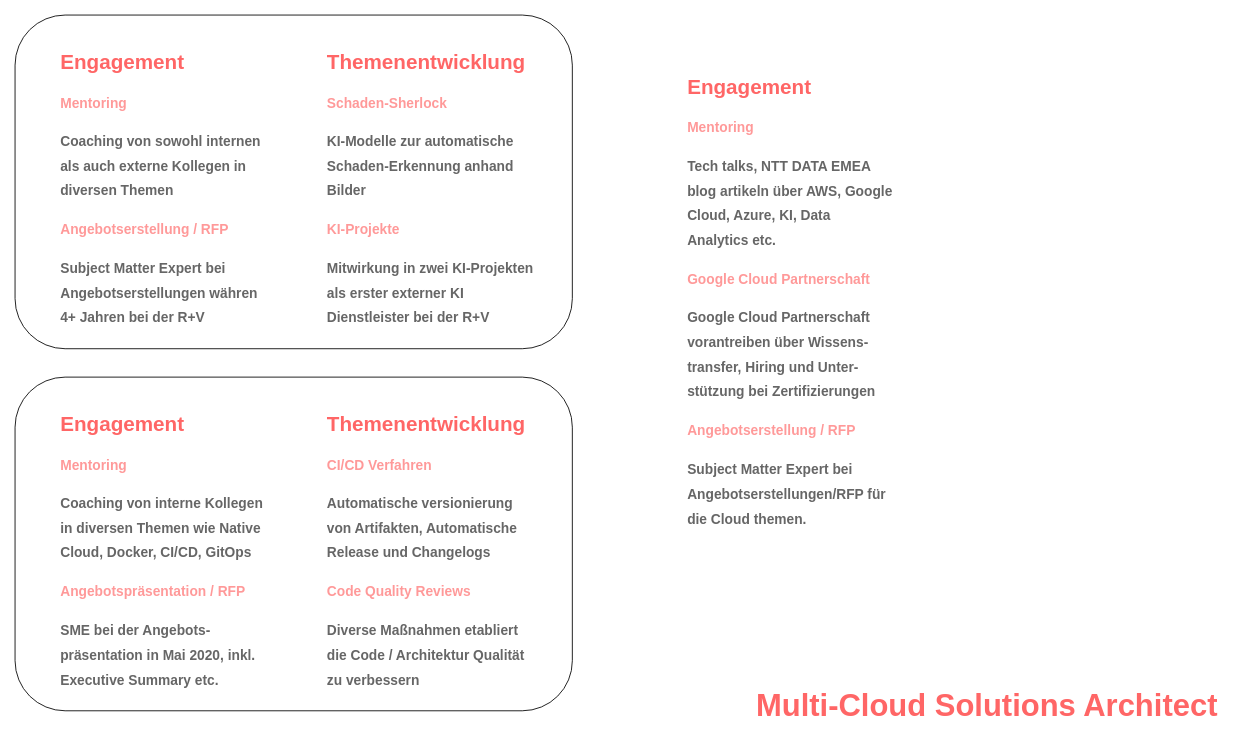
Above: promotion-board.drawio in iamulya/drawio-diagrams (draw.io), before the change. Source tidied: cells renumbered, new cells numbered last; positions are measured from the earlier drawing's top-left corner, leaving out a move shared by most shapes. Both pictures are drawn from the tidied source at 86%, with x=0, y=0 at pixel (15, 15).
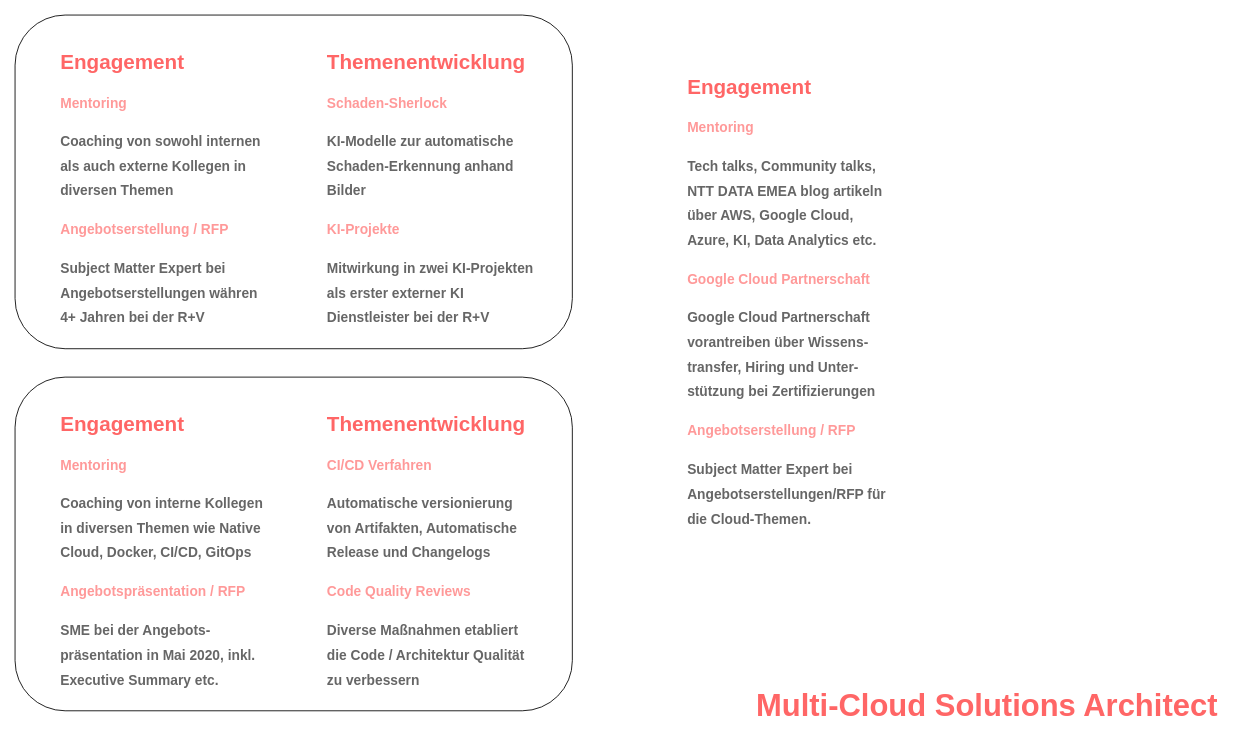
The same page after the edit.

Change to the diagram source:
```diff
@@
 <mxGraphModel>
   <root>
     <mxCell id="0" />
     <mxCell id="1" parent="0" />
     <mxCell id="2" style="group;" parent="1" vertex="1">
       <mxGeometry width="648" height="388" as="geometry" />
     </mxCell>
     <mxCell id="3" style="rounded=1;whiteSpace=wrap;html=1;" parent="2" vertex="1">
       <mxGeometry width="648" height="388" as="geometry" />
     </mxCell>
     <mxCell id="4" style="group;" parent="2" vertex="1">
       <mxGeometry x="48" y="35" width="560" height="340" as="geometry" />
     </mxCell>
     <mxCell id="5" value="&lt;h1&gt;&lt;font color=&quot;#ff6666&quot;&gt;Themenentwicklung&lt;/font&gt;&lt;/h1&gt;&lt;h1&gt;&lt;font style=&quot;font-size: 16px&quot;&gt;&lt;font color=&quot;#ff9999&quot;&gt;Schaden-Sherlock&lt;/font&gt;&lt;br&gt;&lt;/font&gt;&lt;/h1&gt;&lt;h1&gt;&lt;font style=&quot;font-size: 16px&quot; color=&quot;#666666&quot;&gt;KI-Modelle zur automatische Schaden-Erkennung anhand Bilder&lt;/font&gt;&lt;/h1&gt;&lt;h1&gt;&lt;font color=&quot;#ff9999&quot;&gt;&lt;span style=&quot;font-size: 16px&quot;&gt;KI-Projekte&lt;/span&gt;&lt;/font&gt;&lt;/h1&gt;&lt;div&gt;&lt;h1&gt;&lt;span style=&quot;font-size: 16px&quot;&gt;&lt;font color=&quot;#666666&quot;&gt;Mitwirkung in zwei KI-Projekten als erster externer KI Dienstleister bei der R+V&lt;/font&gt;&lt;/span&gt;&lt;/h1&gt;&lt;/div&gt;" style="text;html=1;strokeColor=none;fillColor=none;spacing=5;spacingTop=-20;whiteSpace=wrap;overflow=hidden;rounded=0;" parent="4" vertex="1">
       <mxGeometry x="310" width="250" height="340" as="geometry" />
     </mxCell>
     <mxCell id="6" value="&lt;h1&gt;&lt;span&gt;&lt;font color=&quot;#ff6666&quot;&gt;Engagement&lt;/font&gt;&lt;/span&gt;&lt;/h1&gt;&lt;h1&gt;&lt;font color=&quot;#ff9999&quot;&gt;&lt;span style=&quot;font-size: 16px&quot;&gt;Mentoring&lt;/span&gt;&lt;/font&gt;&lt;/h1&gt;&lt;h1&gt;&lt;font color=&quot;#666666&quot;&gt;&lt;span style=&quot;font-size: 16px&quot;&gt;Coaching von sowohl internen als auch externe Kollegen in diversen Themen&amp;nbsp;&lt;/span&gt;&lt;/font&gt;&lt;/h1&gt;&lt;h1&gt;&lt;font color=&quot;#ff9999&quot;&gt;&lt;span style=&quot;font-size: 16px&quot;&gt;Angebotserstellung / RFP&lt;/span&gt;&lt;/font&gt;&lt;/h1&gt;&lt;div&gt;&lt;h1&gt;&lt;span style=&quot;font-size: 16px&quot;&gt;&lt;font color=&quot;#666666&quot;&gt;Subject Matter Expert bei Angebotserstellungen währen 4+ Jahren bei der R+V&lt;/font&gt;&lt;/span&gt;&lt;/h1&gt;&lt;/div&gt;" style="text;html=1;strokeColor=none;fillColor=none;spacing=5;spacingTop=-20;whiteSpace=wrap;overflow=hidden;rounded=0;" parent="4" vertex="1">
       <mxGeometry width="250" height="340" as="geometry" />
     </mxCell>
     <mxCell id="7" style="group;" parent="1" vertex="1">
       <mxGeometry y="421" width="648" height="388" as="geometry" />
     </mxCell>
     <mxCell id="8" style="rounded=1;whiteSpace=wrap;html=1;" parent="7" vertex="1">
       <mxGeometry width="648" height="388" as="geometry" />
     </mxCell>
     <mxCell id="9" style="group;" parent="7" vertex="1">
       <mxGeometry x="48" y="35" width="560" height="340" as="geometry" />
     </mxCell>
     <mxCell id="10" value="&lt;h1&gt;&lt;font color=&quot;#ff6666&quot;&gt;Themenentwicklung&lt;/font&gt;&lt;/h1&gt;&lt;h1&gt;&lt;font style=&quot;font-size: 16px&quot; color=&quot;#ff9999&quot;&gt;CI/CD Verfahren&lt;/font&gt;&lt;/h1&gt;&lt;h1&gt;&lt;font color=&quot;#666666&quot;&gt;&lt;span style=&quot;font-size: 16px&quot;&gt;Automatische versionierung von Artifakten, Automatische Release und Changelogs&lt;/span&gt;&lt;/font&gt;&lt;/h1&gt;&lt;h1&gt;&lt;font color=&quot;#ff9999&quot;&gt;&lt;span style=&quot;font-size: 16px&quot;&gt;Code Quality Reviews&lt;/span&gt;&lt;/font&gt;&lt;/h1&gt;&lt;div&gt;&lt;h1&gt;&lt;font color=&quot;#666666&quot;&gt;&lt;span style=&quot;font-size: 16px&quot;&gt;Diverse Maßnahmen etabliert die Code / Architektur Qualität zu verbessern&lt;/span&gt;&lt;/font&gt;&lt;/h1&gt;&lt;/div&gt;" style="text;html=1;strokeColor=none;fillColor=none;spacing=5;spacingTop=-20;whiteSpace=wrap;overflow=hidden;rounded=0;" parent="9" vertex="1">
       <mxGeometry x="310" width="250" height="340" as="geometry" />
     </mxCell>
     <mxCell id="11" value="&lt;h1&gt;&lt;span&gt;&lt;font color=&quot;#ff6666&quot;&gt;Engagement&lt;/font&gt;&lt;/span&gt;&lt;/h1&gt;&lt;h1&gt;&lt;font color=&quot;#ff9999&quot;&gt;&lt;span style=&quot;font-size: 16px&quot;&gt;Mentoring&lt;/span&gt;&lt;/font&gt;&lt;/h1&gt;&lt;h1&gt;&lt;font color=&quot;#666666&quot;&gt;&lt;span style=&quot;font-size: 16px&quot;&gt;Coaching von interne Kollegen in diversen Themen wie Native Cloud, Docker, CI/CD, GitOps&lt;/span&gt;&lt;/font&gt;&lt;/h1&gt;&lt;h1&gt;&lt;font color=&quot;#ff9999&quot;&gt;&lt;span style=&quot;font-size: 16px&quot;&gt;Angebotspräsentation / RFP&lt;/span&gt;&lt;/font&gt;&lt;/h1&gt;&lt;div&gt;&lt;h1&gt;&lt;span style=&quot;font-size: 16px&quot;&gt;&lt;font color=&quot;#666666&quot;&gt;SME bei der Angebots-präsentation in Mai 2020, inkl. Executive Summary etc.&lt;/font&gt;&lt;/span&gt;&lt;/h1&gt;&lt;/div&gt;" style="text;html=1;strokeColor=none;fillColor=none;spacing=5;spacingTop=-20;whiteSpace=wrap;overflow=hidden;rounded=0;" parent="9" vertex="1">
       <mxGeometry width="250" height="340" as="geometry" />
     </mxCell>
-    <mxCell id="12" value="&lt;h1&gt;&lt;span&gt;&lt;font color=&quot;#ff6666&quot;&gt;Engagement&lt;/font&gt;&lt;/span&gt;&lt;/h1&gt;&lt;h1&gt;&lt;font color=&quot;#ff9999&quot;&gt;&lt;span style=&quot;font-size: 16px&quot;&gt;Mentoring&lt;/span&gt;&lt;/font&gt;&lt;/h1&gt;&lt;h1&gt;&lt;font color=&quot;#666666&quot;&gt;&lt;span style=&quot;font-size: 16px&quot;&gt;Tech talks, NTT DATA EMEA blog artikeln über AWS, Google Cloud, Azure, KI, Data Analytics etc.&lt;/span&gt;&lt;/font&gt;&lt;/h1&gt;&lt;div&gt;&lt;h1&gt;&lt;font color=&quot;#ff9999&quot;&gt;&lt;span style=&quot;font-size: 16px&quot;&gt;Google Cloud Partnerschaft&lt;/span&gt;&lt;/font&gt;&lt;/h1&gt;&lt;h1&gt;&lt;font color=&quot;#666666&quot;&gt;&lt;span style=&quot;font-size: 16px&quot;&gt;Google Cloud Partnerschaft vorantreiben über Wissens-transfer, Hiring und Unter-stützung&amp;nbsp;bei Zertifizierungen&lt;/span&gt;&lt;/font&gt;&lt;/h1&gt;&lt;/div&gt;&lt;h1&gt;&lt;font color=&quot;#ff9999&quot;&gt;&lt;span style=&quot;font-size: 16px&quot;&gt;Angebotserstellung / RFP&lt;/span&gt;&lt;/font&gt;&lt;/h1&gt;&lt;div&gt;&lt;h1&gt;&lt;span style=&quot;font-size: 16px&quot;&gt;&lt;font color=&quot;#666666&quot;&gt;Subject Matter Expert bei Angebotserstellungen/RFP für die Cloud themen.&lt;/font&gt;&lt;/span&gt;&lt;/h1&gt;&lt;/div&gt;" style="text;html=1;strokeColor=none;fillColor=none;spacing=5;spacingTop=-20;whiteSpace=wrap;overflow=hidden;rounded=0;" parent="1" vertex="1">
+    <mxCell id="12" value="&lt;h1&gt;&lt;span&gt;&lt;font color=&quot;#ff6666&quot;&gt;Engagement&lt;/font&gt;&lt;/span&gt;&lt;/h1&gt;&lt;h1&gt;&lt;font color=&quot;#ff9999&quot;&gt;&lt;span style=&quot;font-size: 16px&quot;&gt;Mentoring&lt;/span&gt;&lt;/font&gt;&lt;/h1&gt;&lt;h1&gt;&lt;font color=&quot;#666666&quot;&gt;&lt;span style=&quot;font-size: 16px&quot;&gt;Tech talks, Community talks, NTT DATA EMEA blog artikeln über AWS, Google Cloud, Azure, KI, Data Analytics etc.&lt;/span&gt;&lt;/font&gt;&lt;/h1&gt;&lt;div&gt;&lt;h1&gt;&lt;font color=&quot;#ff9999&quot;&gt;&lt;span style=&quot;font-size: 16px&quot;&gt;Google Cloud Partnerschaft&lt;/span&gt;&lt;/font&gt;&lt;/h1&gt;&lt;h1&gt;&lt;font color=&quot;#666666&quot;&gt;&lt;span style=&quot;font-size: 16px&quot;&gt;Google Cloud Partnerschaft vorantreiben über Wissens-transfer, Hiring und Unter-stützung&amp;nbsp;bei Zertifizierungen&lt;/span&gt;&lt;/font&gt;&lt;/h1&gt;&lt;/div&gt;&lt;h1&gt;&lt;font color=&quot;#ff9999&quot;&gt;&lt;span style=&quot;font-size: 16px&quot;&gt;Angebotserstellung / RFP&lt;/span&gt;&lt;/font&gt;&lt;/h1&gt;&lt;div&gt;&lt;h1&gt;&lt;span style=&quot;font-size: 16px&quot;&gt;&lt;font color=&quot;#666666&quot;&gt;Subject Matter Expert bei Angebotserstellungen/RFP für die Cloud-Themen.&lt;/font&gt;&lt;/span&gt;&lt;/h1&gt;&lt;/div&gt;" style="text;html=1;strokeColor=none;fillColor=none;spacing=5;spacingTop=-20;whiteSpace=wrap;overflow=hidden;rounded=0;" parent="1" vertex="1">
       <mxGeometry x="777" y="64" width="247" height="551" as="geometry" />
     </mxCell>
     <mxCell id="13" value="&lt;h1 style=&quot;color: rgb(0 , 0 , 0) ; font-family: &amp;#34;helvetica&amp;#34; ; font-style: normal ; letter-spacing: normal ; text-align: left ; text-indent: 0px ; text-transform: none ; word-spacing: 0px&quot;&gt;&lt;font color=&quot;#ff6666&quot; style=&quot;font-size: 36px ; background-color: rgb(255 , 255 , 255)&quot;&gt;Multi-Cloud Solutions Architect&lt;/font&gt;&lt;/h1&gt;" style="text;whiteSpace=wrap;html=1;" parent="1" vertex="1">
       <mxGeometry x="860" y="759" width="546" height="60" as="geometry" />
     </mxCell>
   </root>
 </mxGraphModel>
```
